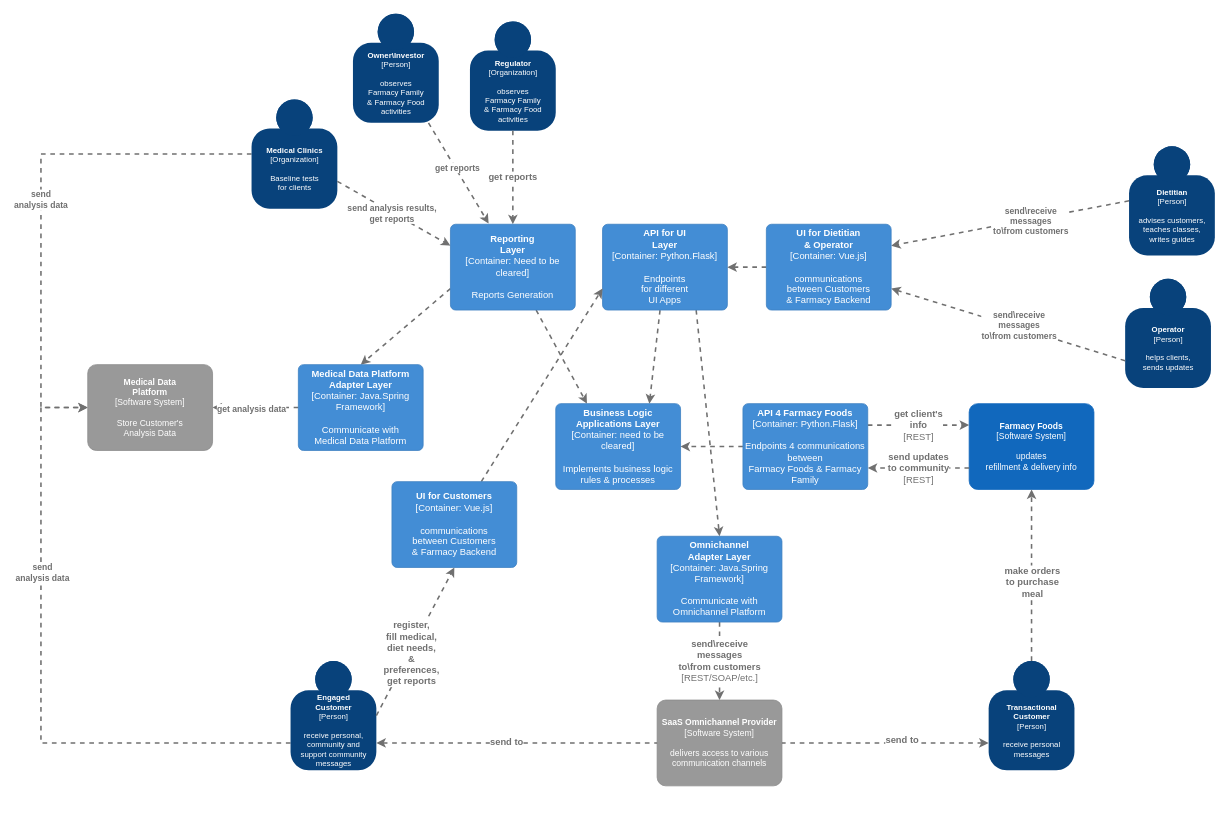
sakosy/arch_katas_2021 keeps this draw.io diagram as page "C4.Container Diagram" (5 of 5) of analysis/drawio.drawio. Above is the earlier version. Source tidied: cells renumbered, new cells numbered last; positions are measured from the earlier drawing's top-left corner, leaving out a move shared by most shapes. Both pictures are drawn from the tidied source at 78%, with x=0, y=0 at pixel (41, 13).
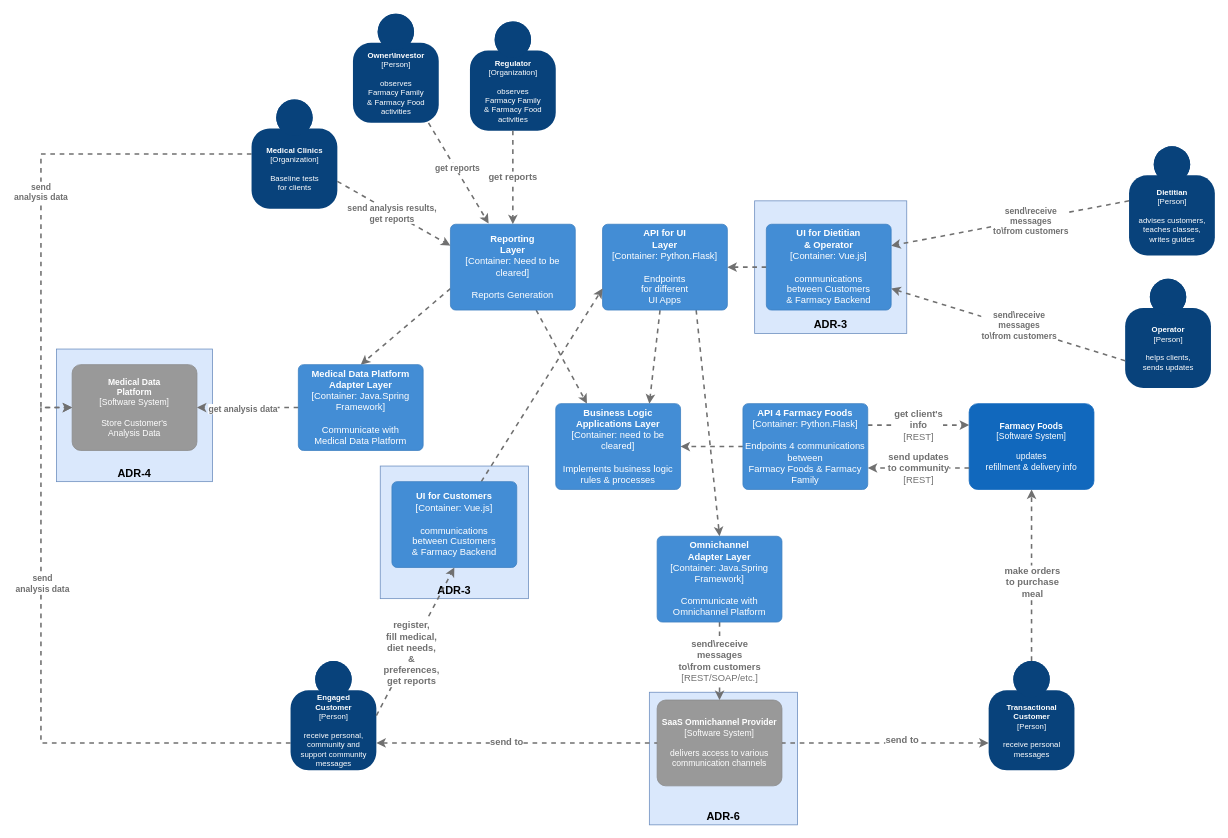
After the change.

Commit message (it also covers changes not shown here):
Added links to ADR to Container Diagram and Dietian CJM Diagram

What changed in the source:
```diff
@@
+    <mxCell id="53" value="ADR-3" style="rounded=0;whiteSpace=wrap;html=1;fontFamily=PT Mono;fontSize=14;fillColor=#dae8fc;verticalAlign=bottom;strokeColor=#6c8ebf;fontStyle=1;" parent="1" vertex="1">
+      <mxGeometry x="435" y="580" width="190" height="170" as="geometry" />
+    </mxCell>
+    <mxCell id="54" value="ADR-3" style="rounded=0;whiteSpace=wrap;html=1;fontFamily=PT Mono;fontSize=14;fillColor=#dae8fc;verticalAlign=bottom;strokeColor=#6c8ebf;fontStyle=1;" parent="1" vertex="1">
+      <mxGeometry x="915" y="240" width="195" height="170" as="geometry" />
+    </mxCell>
+    <mxCell id="55" value="ADR-4" style="rounded=0;whiteSpace=wrap;html=1;fontFamily=PT Mono;fontSize=14;fillColor=#dae8fc;verticalAlign=bottom;strokeColor=#6c8ebf;fontStyle=1;" parent="1" vertex="1">
+      <mxGeometry x="20" y="430" width="200" height="170" as="geometry" />
+    </mxCell>
+    <mxCell id="56" value="ADR-6" style="rounded=0;whiteSpace=wrap;html=1;fontFamily=PT Mono;fontSize=14;fillColor=#dae8fc;verticalAlign=bottom;strokeColor=#6c8ebf;fontStyle=1;" parent="1" vertex="1">
+      <mxGeometry x="780" y="870" width="190" height="170" as="geometry" />
+    </mxCell>
@@
     <object id="37" label="&lt;b style=&quot;font-size: 11px;&quot;&gt;%c4Name%&lt;/b&gt;&lt;div style=&quot;font-size: 11px;&quot;&gt;[%c4Type%]&lt;/div&gt;&lt;br style=&quot;font-size: 11px;&quot;&gt;&lt;div style=&quot;font-size: 11px;&quot;&gt;%c4Description%&lt;/div&gt;" c4Description="Store Customer's&#10;Analysis Data" c4Name="Medical Data&#10;Platform" c4Type="Software System" placeholders="1">
       <mxCell style="rounded=1;whiteSpace=wrap;html=1;labelBackgroundColor=none;fillColor=#999999;fontColor=#ffffff;align=center;arcSize=10;strokeColor=#8A8A8A;metaData={&quot;c4Type&quot;:{&quot;editable&quot;:false}};points=[[0.25,0,0],[0.5,0,0],[0.75,0,0],[1,0.25,0],[1,0.5,0],[1,0.75,0],[0.75,1,0],[0.5,1,0],[0.25,1,0],[0,0.75,0],[0,0.5,0],[0,0.25,0]];fontFamily=PT Mono;fontSize=11;" parent="1" vertex="1">
-        <mxGeometry x="60" y="450" width="160" height="110" as="geometry" />
+        <mxGeometry x="40" y="450" width="160" height="110" as="geometry" />
       </mxCell>
     </object>
```
